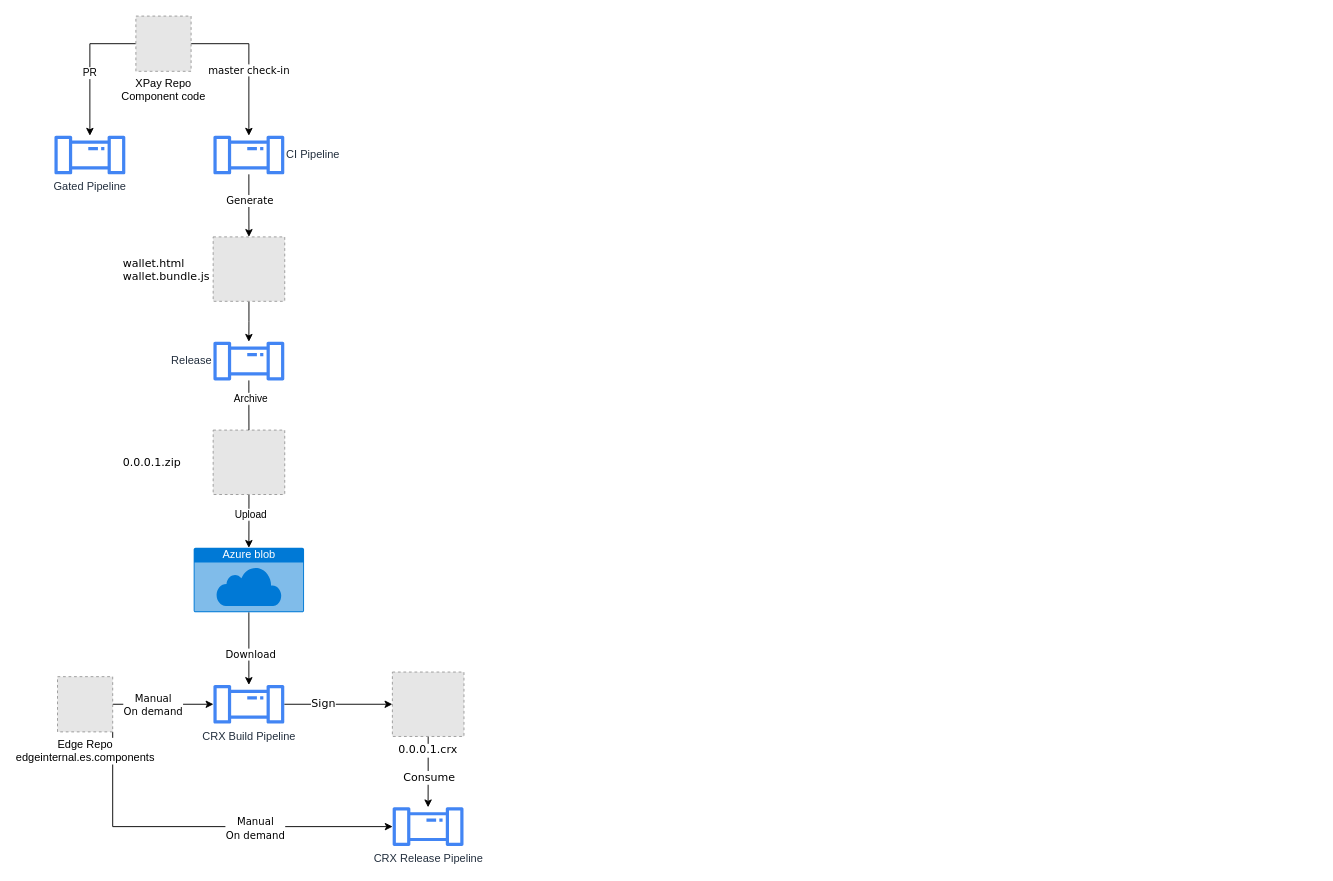
Before: page "Overall" (1 of 3) of Wallet hub migration.drawio in lancelodliu/draw.io, a draw.io diagram. Source tidied: cells renumbered, new cells numbered last; positions are measured from the earlier drawing's top-left corner, leaving out a move shared by most shapes. Both pictures are drawn from the tidied source at 92%, with x=0, y=0 at pixel (53, 16). Pictures stored in the file or linked from it are replaced by grey dashed boxes.
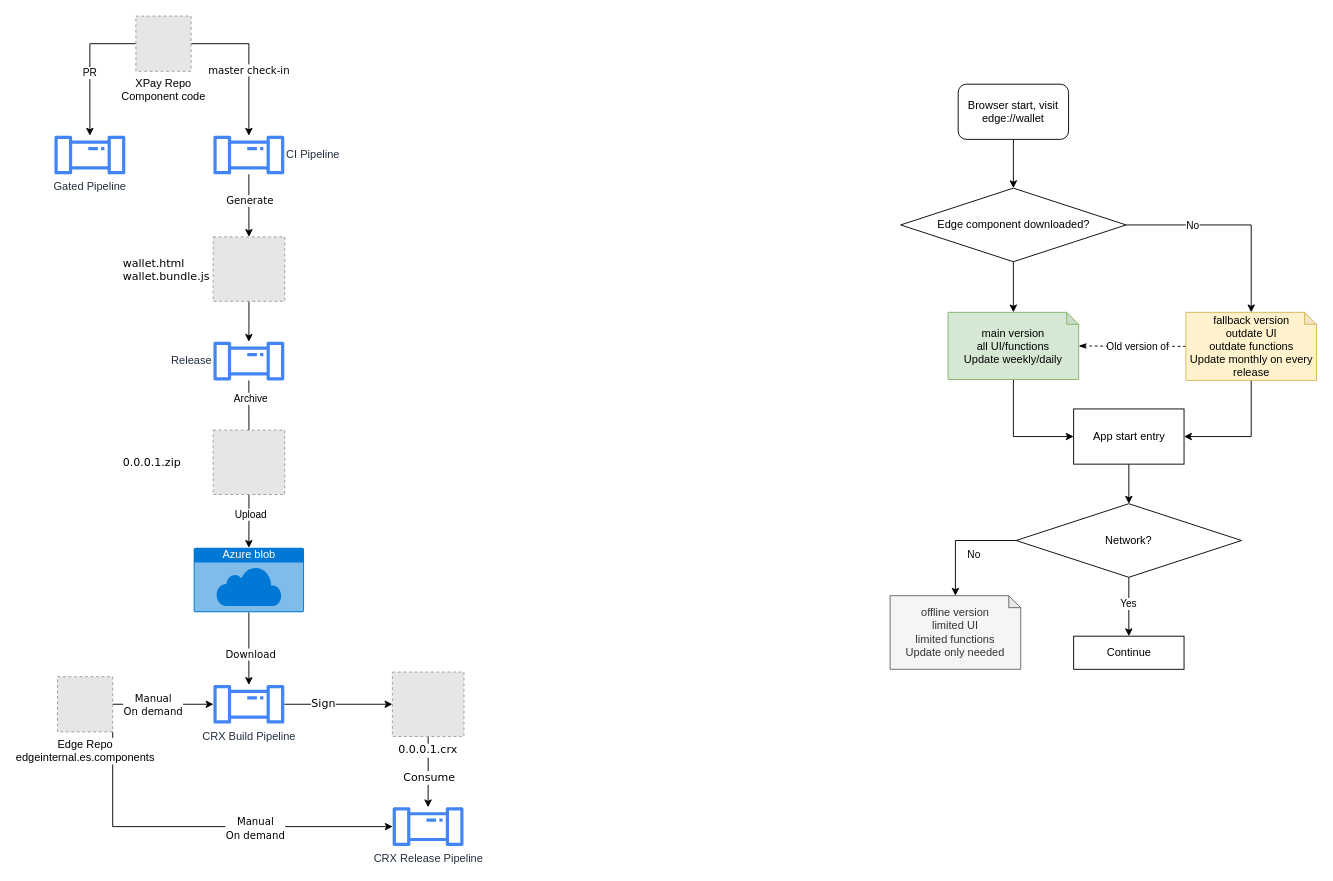
The same page after the edit.

Diff of the diagram source:
```diff
@@
+    <mxCell id="34" style="edgeStyle=orthogonalEdgeStyle;rounded=0;jettySize=auto;html=1;exitX=1;exitY=0.5;exitDx=0;exitDy=0;entryX=0.5;entryY=0;entryDx=0;entryDy=0;entryPerimeter=0;" parent="1" edge="1" source="37" target="41">
+      <mxGeometry relative="1" as="geometry" />
+    </mxCell>
+    <mxCell id="35" value="No" style="edgeLabel;html=1;align=center;verticalAlign=middle;" parent="34" vertex="1">
+      <mxGeometry x="-0.16" y="-1" relative="1" as="geometry">
+        <mxPoint x="-25" y="-1" as="offset" />
+      </mxGeometry>
+    </mxCell>
+    <mxCell id="36" style="edgeStyle=orthogonalEdgeStyle;rounded=0;jettySize=auto;html=1;exitX=0.5;exitY=1;exitDx=0;exitDy=0;" parent="1" edge="1" source="37" target="43">
+      <mxGeometry relative="1" as="geometry" />
+    </mxCell>
+    <mxCell id="37" value="Edge component downloaded?" style="rhombus;whiteSpace=wrap;html=1;" parent="1" vertex="1">
+      <mxGeometry x="920.5" y="187" width="245" height="80" as="geometry" />
+    </mxCell>
+    <mxCell id="38" style="edgeStyle=orthogonalEdgeStyle;rounded=0;jettySize=auto;html=1;exitX=0.5;exitY=1;exitDx=0;exitDy=0;exitPerimeter=0;entryX=1;entryY=0.5;entryDx=0;entryDy=0;" parent="1" edge="1" source="41" target="54">
+      <mxGeometry relative="1" as="geometry" />
+    </mxCell>
+    <mxCell id="39" style="edgeStyle=orthogonalEdgeStyle;rounded=0;jettySize=auto;html=1;exitX=0;exitY=0.5;exitDx=0;exitDy=0;exitPerimeter=0;dashed=1;endArrow=classicThin;endFill=1;" parent="1" edge="1" source="41" target="43">
+      <mxGeometry relative="1" as="geometry" />
+    </mxCell>
+    <mxCell id="40" value="Old version of" style="edgeLabel;html=1;align=center;verticalAlign=middle;" parent="39" vertex="1">
+      <mxGeometry x="-0.1" y="-1" relative="1" as="geometry" />
+    </mxCell>
+    <mxCell id="41" value="fallback version&lt;br&gt;outdate UI&lt;br&gt;outdate functions&lt;br&gt;Update monthly on every release" style="shape=note;whiteSpace=wrap;html=1;backgroundOutline=1;darkOpacity=0.05;size=13;fillColor=#fff2cc;strokeColor=#d6b656;" parent="1" vertex="1">
+      <mxGeometry x="1230.5" y="322" width="142" height="74" as="geometry" />
+    </mxCell>
+    <mxCell id="42" style="edgeStyle=orthogonalEdgeStyle;rounded=0;jettySize=auto;html=1;exitX=0.5;exitY=1;exitDx=0;exitDy=0;exitPerimeter=0;entryX=0;entryY=0.5;entryDx=0;entryDy=0;" parent="1" edge="1" source="43" target="54">
+      <mxGeometry relative="1" as="geometry" />
+    </mxCell>
+    <mxCell id="43" value="main version&lt;br&gt;all UI/functions&lt;br&gt;Update weekly/daily" style="shape=note;whiteSpace=wrap;html=1;backgroundOutline=1;darkOpacity=0.05;size=13;fillColor=#d5e8d4;strokeColor=#82b366;" parent="1" vertex="1">
+      <mxGeometry x="972" y="322" width="142" height="73" as="geometry" />
+    </mxCell>
+    <mxCell id="44" style="edgeStyle=orthogonalEdgeStyle;rounded=0;jettySize=auto;html=1;exitX=0.5;exitY=1;exitDx=0;exitDy=0;entryX=0.5;entryY=0;entryDx=0;entryDy=0;" parent="1" edge="1" source="45" target="37">
+      <mxGeometry relative="1" as="geometry" />
+    </mxCell>
+    <mxCell id="45" value="Browser start, visit edge://wallet" style="rounded=1;whiteSpace=wrap;html=1;" parent="1" vertex="1">
+      <mxGeometry x="983" y="74" width="120" height="60" as="geometry" />
+    </mxCell>
+    <mxCell id="46" style="edgeStyle=orthogonalEdgeStyle;rounded=0;jettySize=auto;html=1;exitX=0;exitY=0.5;exitDx=0;exitDy=0;entryX=0.5;entryY=0;entryDx=0;entryDy=0;entryPerimeter=0;" parent="1" edge="1" source="50" target="51">
+      <mxGeometry relative="1" as="geometry" />
+    </mxCell>
+    <mxCell id="47" value="No" style="edgeLabel;html=1;align=center;verticalAlign=middle;" parent="46" vertex="1">
+      <mxGeometry x="0.3" y="1" relative="1" as="geometry">
+        <mxPoint x="18" y="-1" as="offset" />
+      </mxGeometry>
+    </mxCell>
+    <mxCell id="48" style="edgeStyle=orthogonalEdgeStyle;rounded=0;jettySize=auto;html=1;exitX=0.5;exitY=1;exitDx=0;exitDy=0;" parent="1" edge="1" source="50" target="52">
+      <mxGeometry relative="1" as="geometry" />
+    </mxCell>
+    <mxCell id="49" value="Yes" style="edgeLabel;html=1;align=center;verticalAlign=middle;" parent="48" vertex="1">
+      <mxGeometry x="-0.14" y="-1" relative="1" as="geometry" />
+    </mxCell>
+    <mxCell id="50" value="Network?" style="rhombus;whiteSpace=wrap;html=1;" parent="1" vertex="1">
+      <mxGeometry x="1046" y="530" width="245" height="80" as="geometry" />
+    </mxCell>
+    <mxCell id="51" value="offline version&lt;br&gt;limited UI&lt;br&gt;limited functions&lt;br&gt;Update only needed" style="shape=note;whiteSpace=wrap;html=1;backgroundOutline=1;darkOpacity=0.05;size=13;align=center;fillColor=#f5f5f5;fontColor=#333333;strokeColor=#666666;" parent="1" vertex="1">
+      <mxGeometry x="909" y="630" width="142" height="80" as="geometry" />
+    </mxCell>
+    <mxCell id="52" value="Continue" style="rounded=0;whiteSpace=wrap;html=1;" parent="1" vertex="1">
+      <mxGeometry x="1108.5" y="674" width="120" height="36" as="geometry" />
+    </mxCell>
+    <mxCell id="53" style="edgeStyle=orthogonalEdgeStyle;rounded=0;jettySize=auto;html=1;exitX=0.5;exitY=1;exitDx=0;exitDy=0;entryX=0.5;entryY=0;entryDx=0;entryDy=0;" parent="1" edge="1" source="54" target="50">
+      <mxGeometry relative="1" as="geometry" />
+    </mxCell>
+    <mxCell id="54" value="App start entry" style="rounded=0;whiteSpace=wrap;html=1;" parent="1" vertex="1">
+      <mxGeometry x="1108.5" y="427" width="120" height="60" as="geometry" />
+    </mxCell>
```
